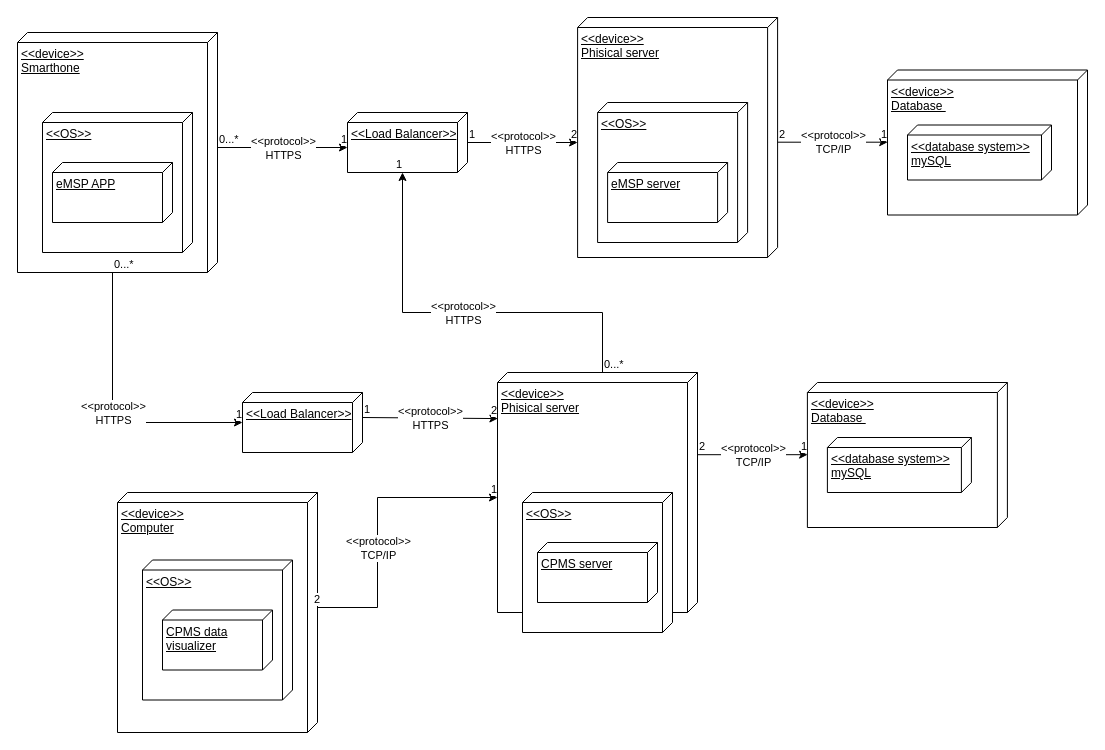
Earlier version of the draw.io diagram DD/deployment_diag.drawio (RiccardoBravin/BravinFeltrin). Source tidied: cells renumbered, new cells numbered last; positions are measured from the earlier drawing's top-left corner, leaving out a move shared by most shapes. Both pictures are drawn from the tidied source at 100%, with x=0, y=0 at pixel (17, 17).
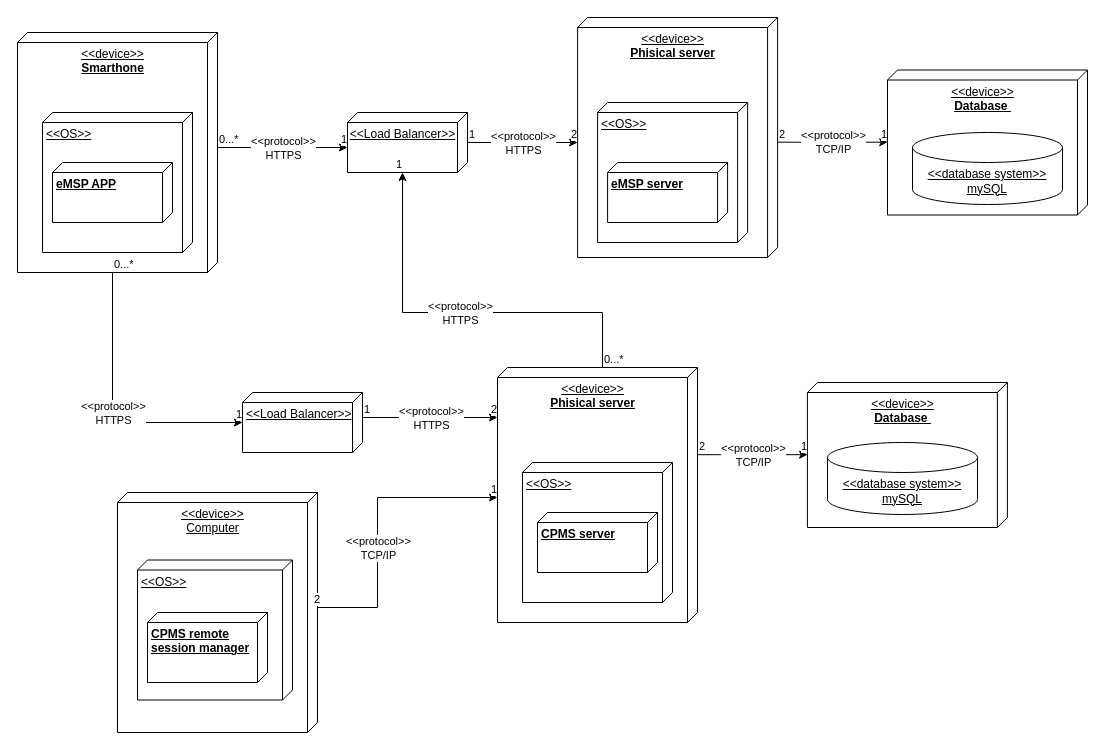
After the change.

The change refers to these unchanged cells:
```xml
<mxCell id="33" value="&amp;lt;&amp;lt;Load Balancer&amp;gt;&amp;gt;" style="verticalAlign=top;align=left;spacingTop=8;spacingLeft=2;spacingRight=12;shape=cube;size=10;direction=south;fontStyle=4;html=1;" parent="1" vertex="1">
  <mxGeometry x="225" y="375" width="120" height="60" as="geometry" />
</mxCell>
```

Diff of the diagram source:
```diff
@@
-    <mxCell id="2" value="&amp;lt;&amp;lt;device&amp;gt;&amp;gt;&lt;br&gt;Smarthone" style="verticalAlign=top;align=left;spacingTop=8;spacingLeft=2;spacingRight=12;shape=cube;size=10;direction=south;fontStyle=4;html=1;" parent="1" vertex="1">
+    <mxCell id="2" value="&amp;lt;&amp;lt;device&amp;gt;&amp;gt;&lt;br&gt;&lt;b&gt;Smarthone&lt;/b&gt;" style="verticalAlign=top;align=center;spacingTop=8;spacingLeft=2;spacingRight=12;shape=cube;size=10;direction=south;fontStyle=4;html=1;" parent="1" vertex="1">
       <mxGeometry y="15" width="200" height="240" as="geometry" />
     </mxCell>
-    <mxCell id="3" value="&amp;lt;&amp;lt;Load Balancer&amp;gt;&amp;gt;" style="verticalAlign=top;align=left;spacingTop=8;spacingLeft=2;spacingRight=12;shape=cube;size=10;direction=south;fontStyle=4;html=1;" parent="1" vertex="1">
+    <mxCell id="3" value="&amp;lt;&amp;lt;Load Balancer&amp;gt;&amp;gt;" style="verticalAlign=top;align=center;spacingTop=8;spacingLeft=2;spacingRight=12;shape=cube;size=10;direction=south;fontStyle=4;html=1;" parent="1" vertex="1">
       <mxGeometry x="330" y="95" width="120" height="60" as="geometry" />
     </mxCell>
-    <mxCell id="4" value="&amp;lt;&amp;lt;device&amp;gt;&amp;gt;&lt;br&gt;Phisical server" style="verticalAlign=top;align=left;spacingTop=8;spacingLeft=2;spacingRight=12;shape=cube;size=10;direction=south;fontStyle=4;html=1;" parent="1" vertex="1">
+    <mxCell id="4" value="&amp;lt;&amp;lt;device&amp;gt;&amp;gt;&lt;br&gt;&lt;b&gt;Phisical server&lt;/b&gt;" style="verticalAlign=top;align=center;spacingTop=8;spacingLeft=2;spacingRight=12;shape=cube;size=10;direction=south;fontStyle=4;html=1;" parent="1" vertex="1">
       <mxGeometry x="560.1" width="200" height="240" as="geometry" />
     </mxCell>
@@
-    <mxCell id="6" value="eMSP server" style="verticalAlign=top;align=left;spacingTop=8;spacingLeft=2;spacingRight=12;shape=cube;size=10;direction=south;fontStyle=4;html=1;" parent="1" vertex="1">
+    <mxCell id="6" value="&lt;b&gt;eMSP server&lt;/b&gt;" style="verticalAlign=top;align=left;spacingTop=8;spacingLeft=2;spacingRight=12;shape=cube;size=10;direction=south;fontStyle=4;html=1;" parent="1" vertex="1">
       <mxGeometry x="590.1" y="145" width="120" height="60" as="geometry" />
     </mxCell>
@@
-    <mxCell id="8" value="eMSP APP" style="verticalAlign=top;align=left;spacingTop=8;spacingLeft=2;spacingRight=12;shape=cube;size=10;direction=south;fontStyle=4;html=1;" parent="1" vertex="1">
+    <mxCell id="8" value="&lt;b&gt;eMSP APP&lt;/b&gt;" style="verticalAlign=top;align=left;spacingTop=8;spacingLeft=2;spacingRight=12;shape=cube;size=10;direction=south;fontStyle=4;html=1;" parent="1" vertex="1">
       <mxGeometry x="35" y="145" width="120" height="60" as="geometry" />
     </mxCell>
-    <mxCell id="9" value="&amp;lt;&amp;lt;device&amp;gt;&amp;gt;&lt;br&gt;Database&amp;nbsp;" style="verticalAlign=top;align=left;spacingTop=8;spacingLeft=2;spacingRight=12;shape=cube;size=10;direction=south;fontStyle=4;html=1;" parent="1" vertex="1">
+    <mxCell id="9" value="&amp;lt;&amp;lt;device&amp;gt;&amp;gt;&lt;br&gt;&lt;b&gt;Database&amp;nbsp;&lt;/b&gt;" style="verticalAlign=top;align=center;spacingTop=8;spacingLeft=2;spacingRight=12;shape=cube;size=10;direction=south;fontStyle=4;html=1;" parent="1" vertex="1">
       <mxGeometry x="870" y="52.5" width="200" height="145" as="geometry" />
     </mxCell>
-    <mxCell id="10" value="&amp;lt;&amp;lt;database system&amp;gt;&amp;gt;&lt;br&gt;mySQL" style="verticalAlign=top;align=left;spacingTop=8;spacingLeft=2;spacingRight=12;shape=cube;size=10;direction=south;fontStyle=4;html=1;" parent="1" vertex="1">
-      <mxGeometry x="890" y="107.5" width="144" height="55" as="geometry" />
-    </mxCell>
@@
-    <mxCell id="23" value="&amp;lt;&amp;lt;device&amp;gt;&amp;gt;&lt;br&gt;Computer" style="verticalAlign=top;align=left;spacingTop=8;spacingLeft=2;spacingRight=12;shape=cube;size=10;direction=south;fontStyle=4;html=1;" parent="1" vertex="1">
+    <mxCell id="23" value="&amp;lt;&amp;lt;device&amp;gt;&amp;gt;&lt;br&gt;Computer" style="verticalAlign=top;align=center;spacingTop=8;spacingLeft=2;spacingRight=12;shape=cube;size=10;direction=south;fontStyle=4;html=1;" parent="1" vertex="1">
       <mxGeometry x="100" y="475" width="200" height="240" as="geometry" />
     </mxCell>
     <mxCell id="24" value="&amp;lt;&amp;lt;OS&amp;gt;&amp;gt;" style="verticalAlign=top;align=left;spacingTop=8;spacingLeft=2;spacingRight=12;shape=cube;size=10;direction=south;fontStyle=4;html=1;" parent="1" vertex="1">
-      <mxGeometry x="125" y="542.5" width="150" height="140" as="geometry" />
+      <mxGeometry x="120" y="542.5" width="155" height="140" as="geometry" />
     </mxCell>
-    <mxCell id="25" value="CPMS data &lt;br&gt;visualizer" style="verticalAlign=top;align=left;spacingTop=8;spacingLeft=2;spacingRight=12;shape=cube;size=10;direction=south;fontStyle=4;html=1;" parent="1" vertex="1">
-      <mxGeometry x="145" y="592.5" width="110" height="60" as="geometry" />
+    <mxCell id="25" value="&lt;b&gt;CPMS remote &lt;br&gt;session manager&lt;br&gt;&lt;/b&gt;" style="verticalAlign=top;align=left;spacingTop=8;spacingLeft=2;spacingRight=12;shape=cube;size=10;direction=south;fontStyle=4;html=1;" parent="1" vertex="1">
+      <mxGeometry x="130" y="595" width="120" height="70" as="geometry" />
     </mxCell>
-    <mxCell id="26" value="&amp;lt;&amp;lt;device&amp;gt;&amp;gt;&lt;br&gt;Phisical server" style="verticalAlign=top;align=left;spacingTop=8;spacingLeft=2;spacingRight=12;shape=cube;size=10;direction=south;fontStyle=4;html=1;" parent="1" vertex="1">
-      <mxGeometry x="480" y="355" width="200" height="240" as="geometry" />
+    <mxCell id="26" value="&amp;lt;&amp;lt;device&amp;gt;&amp;gt;&lt;br&gt;&lt;b&gt;Phisical server&lt;/b&gt;" style="verticalAlign=top;align=center;spacingTop=8;spacingLeft=2;spacingRight=12;shape=cube;size=10;direction=south;fontStyle=4;html=1;" parent="1" vertex="1">
+      <mxGeometry x="480" y="350" width="200" height="255" as="geometry" />
     </mxCell>
     <mxCell id="27" value="&amp;lt;&amp;lt;OS&amp;gt;&amp;gt;" style="verticalAlign=top;align=left;spacingTop=8;spacingLeft=2;spacingRight=12;shape=cube;size=10;direction=south;fontStyle=4;html=1;" parent="1" vertex="1">
-      <mxGeometry x="505" y="475" width="150" height="140" as="geometry" />
+      <mxGeometry x="505" y="445" width="150" height="140" as="geometry" />
     </mxCell>
-    <mxCell id="28" style="endArrow=classic;html=1;rounded=0;exitX=0;exitY=0;exitDx=115;exitDy=0;exitPerimeter=0;entryX=0;entryY=0;entryDx=125;entryDy=200;entryPerimeter=0;" parent="1" edge="1" source="23" target="26">
+    <mxCell id="28" style="endArrow=classic;html=1;rounded=0;exitX=0;exitY=0;exitDx=115;exitDy=0;exitPerimeter=0;" parent="1" edge="1" source="23">
       <mxGeometry relative="1" as="geometry">
+        <mxPoint x="480" y="480" as="targetPoint" />
         <Array as="points">
           <mxPoint x="360" y="590" />
           <mxPoint x="360" y="480" />
         </Array>
       </mxGeometry>
     </mxCell>
@@
-    <mxCell id="32" value="CPMS server" style="verticalAlign=top;align=left;spacingTop=8;spacingLeft=2;spacingRight=12;shape=cube;size=10;direction=south;fontStyle=4;html=1;" parent="1" vertex="1">
-      <mxGeometry x="520" y="525" width="120" height="60" as="geometry" />
+    <mxCell id="32" value="&lt;b&gt;CPMS server&lt;/b&gt;" style="verticalAlign=top;align=left;spacingTop=8;spacingLeft=2;spacingRight=12;shape=cube;size=10;direction=south;fontStyle=4;html=1;" parent="1" vertex="1">
+      <mxGeometry x="520" y="495" width="120" height="60" as="geometry" />
     </mxCell>
@@
-    <mxCell id="38" style="endArrow=classic;html=1;rounded=0;entryX=0.192;entryY=0.998;entryDx=0;entryDy=0;entryPerimeter=0;exitX=0;exitY=0;exitDx=25;exitDy=0;exitPerimeter=0;" parent="1" edge="1" source="33" target="26">
-      <mxGeometry relative="1" as="geometry" />
+    <mxCell id="38" style="endArrow=classic;html=1;rounded=0;exitX=0;exitY=0;exitDx=25;exitDy=0;exitPerimeter=0;" parent="1" edge="1" source="33">
+      <mxGeometry relative="1" as="geometry">
+        <mxPoint x="480" y="400" as="targetPoint" />
+      </mxGeometry>
     </mxCell>
@@
-    <mxCell id="42" value="&amp;lt;&amp;lt;device&amp;gt;&amp;gt;&lt;br&gt;Database&amp;nbsp;" style="verticalAlign=top;align=left;spacingTop=8;spacingLeft=2;spacingRight=12;shape=cube;size=10;direction=south;fontStyle=4;html=1;" parent="1" vertex="1">
+    <mxCell id="42" value="&amp;lt;&amp;lt;device&amp;gt;&amp;gt;&lt;br&gt;&lt;b style=&quot;&quot;&gt;Database&amp;nbsp;&lt;/b&gt;" style="verticalAlign=top;align=center;spacingTop=8;spacingLeft=2;spacingRight=12;shape=cube;size=10;direction=south;fontStyle=4;html=1;" parent="1" vertex="1">
       <mxGeometry x="789.9" y="365" width="200" height="145" as="geometry" />
     </mxCell>
-    <mxCell id="43" value="&amp;lt;&amp;lt;database system&amp;gt;&amp;gt;&lt;br&gt;mySQL" style="verticalAlign=top;align=left;spacingTop=8;spacingLeft=2;spacingRight=12;shape=cube;size=10;direction=south;fontStyle=4;html=1;" parent="1" vertex="1">
-      <mxGeometry x="809.9" y="420" width="144" height="55" as="geometry" />
-    </mxCell>
@@
+    <mxCell id="52" value="&lt;span style=&quot;text-align: left; text-decoration-line: underline;&quot;&gt;&amp;lt;&amp;lt;database system&amp;gt;&amp;gt;&lt;/span&gt;&lt;br style=&quot;border-color: var(--border-color); text-align: left;&quot;&gt;&lt;span style=&quot;text-align: left; text-decoration-line: underline;&quot;&gt;mySQL&lt;/span&gt;" style="shape=cylinder3;whiteSpace=wrap;html=1;boundedLbl=1;backgroundOutline=1;size=15;" parent="1" vertex="1">
+      <mxGeometry x="810" y="425" width="150" height="72" as="geometry" />
+    </mxCell>
+    <mxCell id="53" value="&lt;span style=&quot;text-align: left; text-decoration-line: underline;&quot;&gt;&amp;lt;&amp;lt;database system&amp;gt;&amp;gt;&lt;/span&gt;&lt;br style=&quot;border-color: var(--border-color); text-align: left;&quot;&gt;&lt;span style=&quot;text-align: left; text-decoration-line: underline;&quot;&gt;mySQL&lt;/span&gt;" style="shape=cylinder3;whiteSpace=wrap;html=1;boundedLbl=1;backgroundOutline=1;size=15;" parent="1" vertex="1">
+      <mxGeometry x="895" y="115" width="150" height="72" as="geometry" />
+    </mxCell>
```
